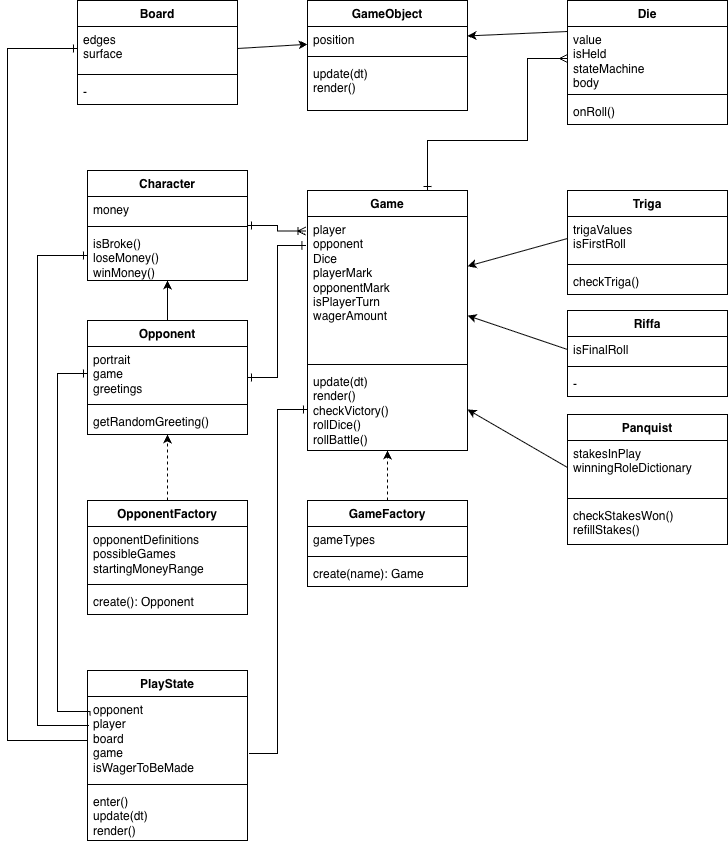
The draw.io diagram assets/images/proposal/ClassDiagram.png in JAC-CS-Game-Programming-F25/project-my-original-name-idea-was-too-long, before a commit. Source tidied: cells renumbered, new cells last; positions are measured from the earlier drawing's top-left corner, leaving out a move shared by most shapes.
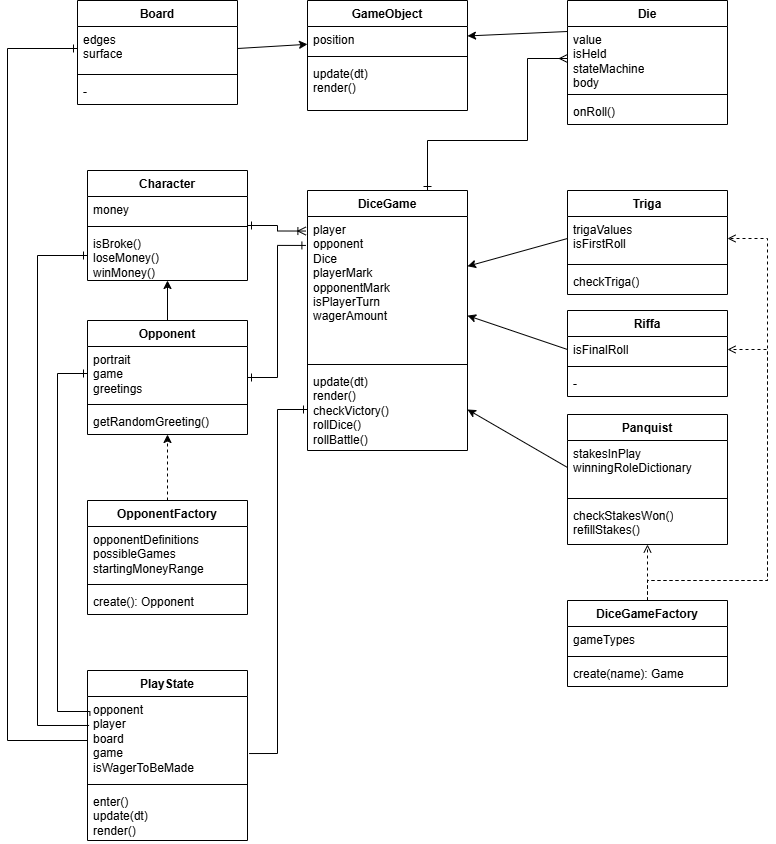
Later version of the same file.

Commit message:
Updated proposal class diagram

Diff of the diagram source:
```diff
@@ -29,7 +29,7 @@
     <mxCell id="10" value="update(dt)&lt;div&gt;render()&lt;/div&gt;" style="text;strokeColor=none;fillColor=none;align=left;verticalAlign=top;spacingLeft=4;spacingRight=4;overflow=hidden;whiteSpace=wrap;html=1;" parent="7" vertex="1">
       <mxGeometry y="60" width="160" height="50" as="geometry" />
     </mxCell>
-    <mxCell id="11" value="Game" style="swimlane;fontStyle=1;align=center;verticalAlign=top;horizontal=1;startSize=26;whiteSpace=wrap;html=1;" parent="1" vertex="1">
+    <mxCell id="11" value="DiceGame" style="swimlane;fontStyle=1;align=center;verticalAlign=top;horizontal=1;startSize=26;whiteSpace=wrap;html=1;" parent="1" vertex="1">
       <mxGeometry x="300" y="190" width="160" height="260" as="geometry" />
     </mxCell>
     <mxCell id="12" value="player&lt;div&gt;opponent&lt;/div&gt;&lt;div&gt;&lt;span style=&quot;background-color: transparent; color: light-dark(rgb(0, 0, 0), rgb(255, 255, 255));&quot;&gt;Dice&lt;/span&gt;&lt;/div&gt;&lt;div&gt;&lt;span style=&quot;background-color: transparent; color: light-dark(rgb(0, 0, 0), rgb(255, 255, 255));&quot;&gt;playerMark&lt;/span&gt;&lt;/div&gt;&lt;div&gt;&lt;span style=&quot;background-color: transparent; color: light-dark(rgb(0, 0, 0), rgb(255, 255, 255));&quot;&gt;opponentMark&lt;/span&gt;&lt;/div&gt;&lt;div&gt;isPlayerTurn&lt;/div&gt;&lt;div&gt;wagerAmount&lt;/div&gt;" style="text;strokeColor=none;fillColor=none;align=left;verticalAlign=top;spacingLeft=4;spacingRight=4;overflow=hidden;points=[[0,0.5],[1,0.5]];portConstraint=eastwest;whiteSpace=wrap;html=1;" parent="11" vertex="1">
@@ -95,8 +95,8 @@
     <mxCell id="30" style="endArrow=classic;html=1;rounded=0;exitX=0;exitY=0.5;exitDx=0;exitDy=0;" parent="1" edge="1" source="17" target="12">
       <mxGeometry relative="1" as="geometry" />
     </mxCell>
-    <mxCell id="31" value="GameFactory" style="swimlane;fontStyle=1;align=center;verticalAlign=top;horizontal=1;startSize=26;whiteSpace=wrap;html=1;" parent="1" vertex="1">
-      <mxGeometry x="300" y="500" width="160" height="86" as="geometry" />
+    <mxCell id="31" value="DiceGameFactory" style="swimlane;fontStyle=1;align=center;verticalAlign=top;horizontal=1;startSize=26;whiteSpace=wrap;html=1;" parent="1" vertex="1">
+      <mxGeometry x="560" y="600" width="160" height="86" as="geometry" />
     </mxCell>
     <mxCell id="32" value="gameTypes" style="text;strokeColor=none;fillColor=none;align=left;verticalAlign=top;spacingLeft=4;spacingRight=4;overflow=hidden;whiteSpace=wrap;html=1;" parent="31" vertex="1">
       <mxGeometry y="26" width="160" height="26" as="geometry" />
@@ -107,7 +107,7 @@
     <mxCell id="34" value="create(name): Game" style="text;strokeColor=none;fillColor=none;align=left;verticalAlign=top;spacingLeft=4;spacingRight=4;overflow=hidden;whiteSpace=wrap;html=1;" parent="31" vertex="1">
       <mxGeometry y="60" width="160" height="26" as="geometry" />
     </mxCell>
-    <mxCell id="35" style="endArrow=classic;html=1;rounded=0;exitX=0.5;exitY=0;exitDx=0;exitDy=0;dashed=1;" parent="1" edge="1" source="31" target="14">
+    <mxCell id="35" style="endArrow=open;html=1;rounded=0;exitX=0.5;exitY=0;exitDx=0;exitDy=0;dashed=1;endFill=0;" parent="1" edge="1" source="31" target="20">
       <mxGeometry relative="1" as="geometry" />
     </mxCell>
     <mxCell id="36" value="Character" style="swimlane;fontStyle=1;align=center;verticalAlign=top;horizontal=1;startSize=26;whiteSpace=wrap;html=1;" parent="1" vertex="1">
@@ -213,5 +213,24 @@
         </Array>
       </mxGeometry>
     </mxCell>
+    <mxCell id="65" style="endArrow=open;html=1;rounded=0;exitX=0.5;exitY=0;exitDx=0;exitDy=0;dashed=1;endFill=0;entryX=1;entryY=0.5;entryDx=0;entryDy=0;edgeStyle=orthogonalEdgeStyle;" parent="1" edge="1" source="31" target="25">
+      <mxGeometry relative="1" as="geometry">
+        <Array as="points">
+          <mxPoint x="640" y="580" />
+          <mxPoint x="760" y="580" />
+          <mxPoint x="760" y="349" />
+        </Array>
+      </mxGeometry>
+    </mxCell>
+    <mxCell id="66" style="endArrow=open;html=1;rounded=0;exitX=0.5;exitY=0;exitDx=0;exitDy=0;dashed=1;endFill=0;entryX=1;entryY=0.5;entryDx=0;entryDy=0;edgeStyle=orthogonalEdgeStyle;" parent="1" edge="1" target="17">
+      <mxGeometry relative="1" as="geometry">
+        <mxPoint x="640" y="600" as="sourcePoint" />
+        <Array as="points">
+          <mxPoint x="640" y="580" />
+          <mxPoint x="760" y="580" />
+          <mxPoint x="760" y="238" />
+        </Array>
+      </mxGeometry>
+    </mxCell>
   </root>
 </mxGraphModel>
```
